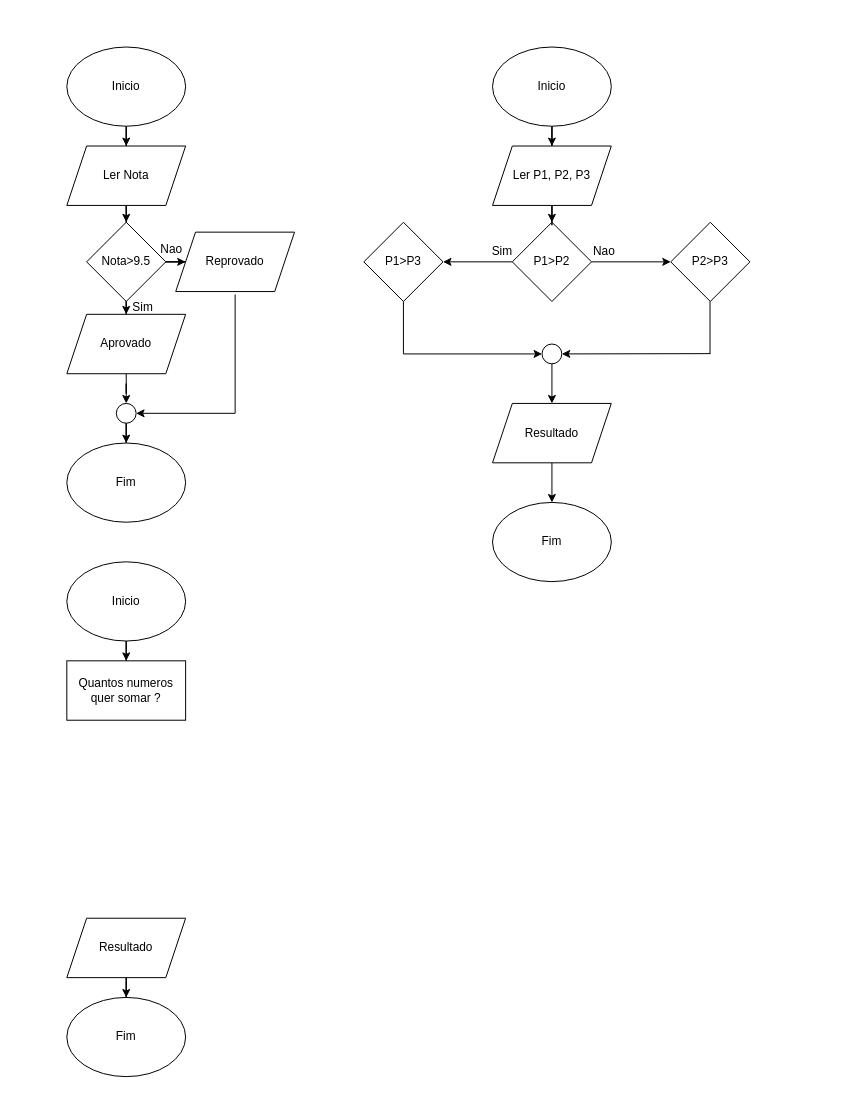
The draw.io diagram fluxogramas adiantados.drawio in pedrooomrqs/fluxograms, before the edit. Source tidied: cells renumbered, new cells numbered last; positions are measured from the earlier drawing's top-left corner, leaving out a move shared by most shapes. Both pictures are drawn from the tidied source at 99%, with x=0, y=0 at pixel (66, 47).
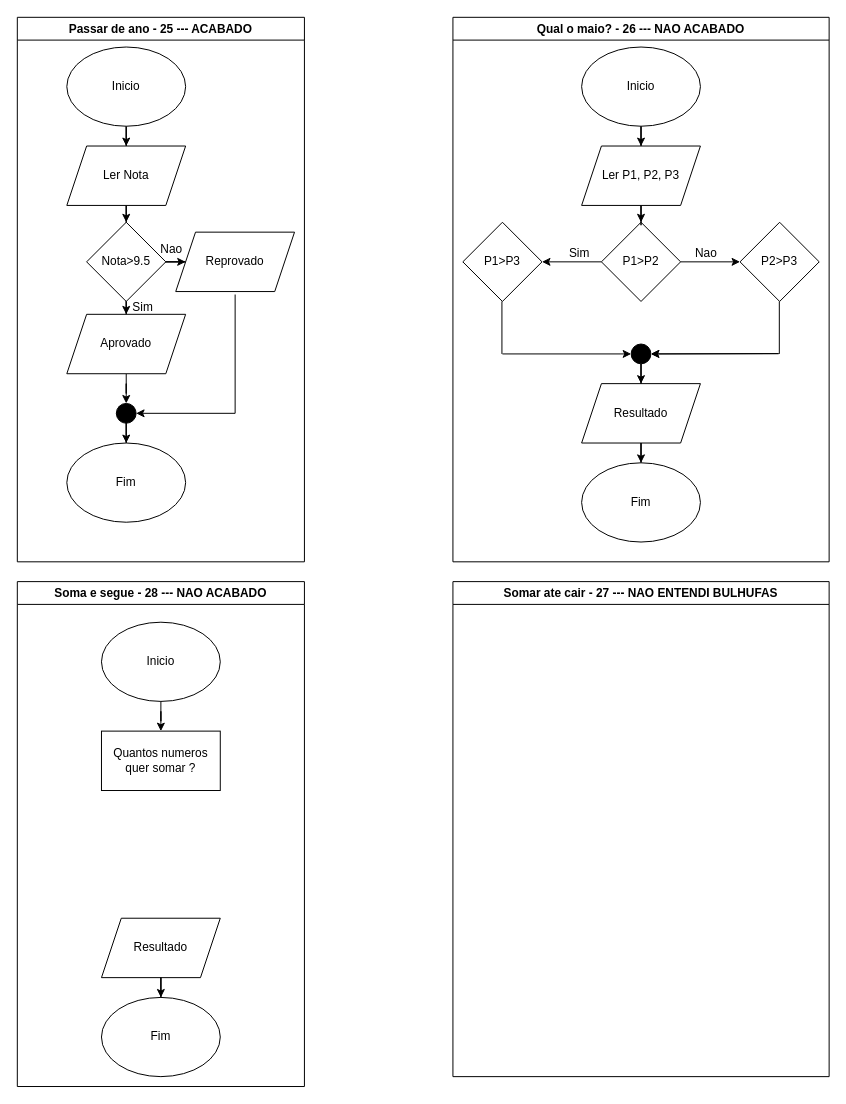
Above is the later version.

Diff of the diagram source:
```diff
@@
     <mxCell id="16" value="Inicio" style="ellipse;whiteSpace=wrap;html=1;" parent="1" vertex="1">
-      <mxGeometry x="430" width="120" height="80" as="geometry" />
+      <mxGeometry x="520" width="120" height="80" as="geometry" />
     </mxCell>
@@
     <mxCell id="19" value="P1&amp;gt;P2" style="rhombus;whiteSpace=wrap;html=1;" parent="1" vertex="1">
-      <mxGeometry x="450" y="177" width="80" height="80" as="geometry" />
+      <mxGeometry x="540" y="177" width="80" height="80" as="geometry" />
     </mxCell>
@@
     <mxCell id="21" value="Ler P1, P2, P3" style="shape=parallelogram;perimeter=parallelogramPerimeter;whiteSpace=wrap;html=1;fixedSize=1;" parent="1" vertex="1">
-      <mxGeometry x="430" y="100" width="120" height="60" as="geometry" />
+      <mxGeometry x="520" y="100" width="120" height="60" as="geometry" />
     </mxCell>
     <mxCell id="22" value="P2&amp;gt;P3" style="rhombus;whiteSpace=wrap;html=1;" parent="1" vertex="1">
-      <mxGeometry x="610" y="177" width="80" height="80" as="geometry" />
+      <mxGeometry x="680" y="177" width="80" height="80" as="geometry" />
     </mxCell>
     <mxCell id="23" value="Nao" style="text;html=1;align=center;verticalAlign=middle;whiteSpace=wrap;rounded=0;" parent="1" vertex="1">
-      <mxGeometry x="513" y="192" width="60" height="30" as="geometry" />
+      <mxGeometry x="616" y="194" width="60" height="30" as="geometry" />
     </mxCell>
     <mxCell id="24" value="P1&amp;gt;P3" style="rhombus;whiteSpace=wrap;html=1;" parent="1" vertex="1">
-      <mxGeometry x="300" y="177" width="80" height="80" as="geometry" />
+      <mxGeometry x="400" y="177" width="80" height="80" as="geometry" />
     </mxCell>
     <mxCell id="25" value="Sim" style="text;html=1;align=center;verticalAlign=middle;whiteSpace=wrap;rounded=0;" parent="1" vertex="1">
-      <mxGeometry x="410" y="192" width="60" height="30" as="geometry" />
+      <mxGeometry x="488" y="194" width="60" height="30" as="geometry" />
     </mxCell>
@@
     <mxCell id="27" value="Resultado" style="shape=parallelogram;perimeter=parallelogramPerimeter;whiteSpace=wrap;html=1;fixedSize=1;" parent="1" vertex="1">
-      <mxGeometry x="430" y="360" width="120" height="60" as="geometry" />
+      <mxGeometry x="520" y="340" width="120" height="60" as="geometry" />
     </mxCell>
@@
-    <mxCell id="29" style="ellipse;whiteSpace=wrap;html=1;" parent="1" vertex="1">
-      <mxGeometry x="480" y="300" width="20" height="20" as="geometry" />
-    </mxCell>
     <mxCell id="30" style="endArrow=none;html=1;rounded=0;" parent="1" edge="1">
       <mxGeometry relative="1" as="geometry">
-        <mxPoint x="340" y="310" as="sourcePoint" />
-        <mxPoint x="340" y="257" as="targetPoint" />
+        <mxPoint x="439.5" y="310" as="sourcePoint" />
+        <mxPoint x="439.5" y="257" as="targetPoint" />
       </mxGeometry>
     </mxCell>
     <mxCell id="31" style="endArrow=classic;html=1;rounded=0;entryX=0;entryY=0.5;entryDx=0;entryDy=0;" parent="1" edge="1" target="29">
       <mxGeometry relative="1" as="geometry">
-        <mxPoint x="340" y="310" as="sourcePoint" />
+        <mxPoint x="440" y="310" as="sourcePoint" />
       </mxGeometry>
     </mxCell>
+    <mxCell id="45" value="Qual o maio? - 26 --- NAO ACABADO" style="swimlane;whiteSpace=wrap;html=1;" parent="1" vertex="1">
+      <mxGeometry x="390" y="-30" width="380" height="550" as="geometry" />
+    </mxCell>
     <mxCell id="32" style="endArrow=none;html=1;rounded=0;" parent="1" edge="1">
       <mxGeometry relative="1" as="geometry">
-        <mxPoint x="649.7" y="310" as="sourcePoint" />
-        <mxPoint x="649.7" y="257" as="targetPoint" />
+        <mxPoint x="719.7" y="310" as="sourcePoint" />
+        <mxPoint x="719.7" y="257" as="targetPoint" />
       </mxGeometry>
     </mxCell>
+    <mxCell id="46" value="Soma e segue - 28 --- NAO ACABADO" style="swimlane;whiteSpace=wrap;html=1;" parent="1" vertex="1">
+      <mxGeometry x="-50" y="540" width="290" height="510" as="geometry" />
+    </mxCell>
+    <mxCell id="44" value="Quantos numeros quer somar ?" style="rounded=0;whiteSpace=wrap;html=1;" parent="46" vertex="1">
+      <mxGeometry x="85" y="151" width="120" height="60" as="geometry" />
+    </mxCell>
+    <mxCell id="40" value="Inicio" style="ellipse;whiteSpace=wrap;html=1;" parent="46" vertex="1">
+      <mxGeometry x="85" y="41" width="120" height="80" as="geometry" />
+    </mxCell>
+    <mxCell id="39" style="edgeStyle=orthogonalEdgeStyle;rounded=0;jettySize=auto;html=1;" parent="46" edge="1" source="40" target="44">
+      <mxGeometry relative="1" as="geometry" />
+    </mxCell>
     <mxCell id="33" style="endArrow=classic;html=1;rounded=0;entryX=1;entryY=0.5;entryDx=0;entryDy=0;" parent="1" edge="1" target="29">
       <mxGeometry relative="1" as="geometry">
-        <mxPoint x="650" y="309.7" as="sourcePoint" />
+        <mxPoint x="719" y="309.7" as="sourcePoint" />
       </mxGeometry>
     </mxCell>
+    <mxCell id="47" value="Somar ate cair - 27 --- NAO ENTENDI BULHUFAS" style="swimlane;whiteSpace=wrap;html=1;" parent="1" vertex="1">
+      <mxGeometry x="390" y="540" width="380" height="500" as="geometry" />
+    </mxCell>
     <mxCell id="34" value="Fim" style="ellipse;whiteSpace=wrap;html=1;" parent="1" vertex="1">
-      <mxGeometry x="430" y="460" width="120" height="80" as="geometry" />
+      <mxGeometry x="520" y="420" width="120" height="80" as="geometry" />
     </mxCell>
+    <mxCell id="43" value="Resultado" style="shape=parallelogram;perimeter=parallelogramPerimeter;whiteSpace=wrap;html=1;fixedSize=1;" parent="1" vertex="1">
+      <mxGeometry x="35" y="880" width="120" height="60" as="geometry" />
+    </mxCell>
@@
+    <mxCell id="41" value="Fim" style="ellipse;whiteSpace=wrap;html=1;" parent="1" vertex="1">
+      <mxGeometry x="35" y="960" width="120" height="80" as="geometry" />
+    </mxCell>
-    <mxCell id="36" style="ellipse;whiteSpace=wrap;html=1;" parent="1" vertex="1">
+    <mxCell id="36" style="ellipse;whiteSpace=wrap;html=1;fillColor=#000000;" parent="1" vertex="1">
       <mxGeometry x="50" y="360" width="20" height="20" as="geometry" />
     </mxCell>
+    <mxCell id="42" style="edgeStyle=orthogonalEdgeStyle;rounded=0;jettySize=auto;html=1;" parent="1" edge="1" source="43" target="41">
+      <mxGeometry relative="1" as="geometry" />
+    </mxCell>
@@
-    <mxCell id="39" style="edgeStyle=orthogonalEdgeStyle;rounded=0;jettySize=auto;html=1;" parent="1" edge="1" source="40" target="44">
-      <mxGeometry relative="1" as="geometry" />
-    </mxCell>
-    <mxCell id="40" value="Inicio" style="ellipse;whiteSpace=wrap;html=1;" parent="1" vertex="1">
-      <mxGeometry y="520" width="120" height="80" as="geometry" />
-    </mxCell>
-    <mxCell id="41" value="Fim" style="ellipse;whiteSpace=wrap;html=1;" parent="1" vertex="1">
-      <mxGeometry y="960" width="120" height="80" as="geometry" />
-    </mxCell>
-    <mxCell id="42" style="edgeStyle=orthogonalEdgeStyle;rounded=0;jettySize=auto;html=1;" parent="1" edge="1" source="43" target="41">
-      <mxGeometry relative="1" as="geometry" />
-    </mxCell>
-    <mxCell id="43" value="Resultado" style="shape=parallelogram;perimeter=parallelogramPerimeter;whiteSpace=wrap;html=1;fixedSize=1;" parent="1" vertex="1">
-      <mxGeometry y="880" width="120" height="60" as="geometry" />
-    </mxCell>
-    <mxCell id="44" value="Quantos numeros quer somar ?" style="rounded=0;whiteSpace=wrap;html=1;" parent="1" vertex="1">
-      <mxGeometry y="620" width="120" height="60" as="geometry" />
-    </mxCell>
+    <mxCell id="48" value="Passar de ano - 25 --- ACABADO" style="swimlane;whiteSpace=wrap;html=1;" parent="1" vertex="1">
+      <mxGeometry x="-50" y="-30" width="290" height="550" as="geometry" />
+    </mxCell>
+    <mxCell id="49" style="endArrow=classic;html=1;rounded=0;entryX=1;entryY=0.5;entryDx=0;entryDy=0;" parent="1" edge="1" target="29">
+      <mxGeometry relative="1" as="geometry">
+        <mxPoint x="719" y="309.7" as="sourcePoint" />
+      </mxGeometry>
+    </mxCell>
+    <mxCell id="29" style="ellipse;whiteSpace=wrap;html=1;fillColor=#000000;" parent="1" vertex="1">
+      <mxGeometry x="570" y="300" width="20" height="20" as="geometry" />
+    </mxCell>
```
